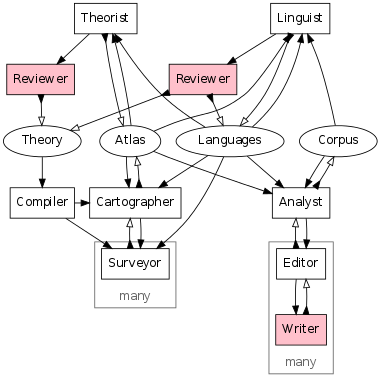
The Graphviz diagram doc/architecture.png in fritzo/pomagma, before a commit. Its source is kept beside it as doc/architecture.dot.
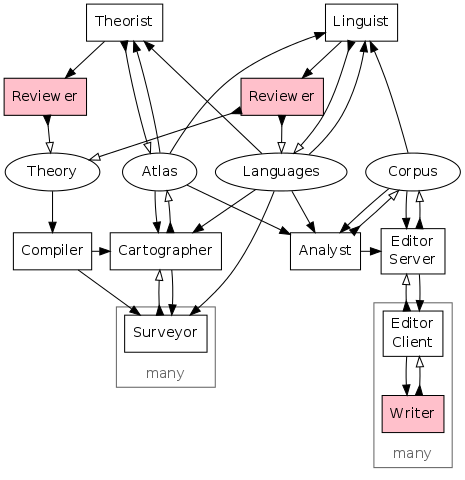
Above is the later version.

Commit message:
Add editor server to architecture diagram

Change to the diagram source:
```diff
@@ -1,6 +1,6 @@
 digraph G {
     overlap=false;
-    size="4,4";
+    size="5,5";
     node [shape=box];
 
 
@@ -21,7 +21,11 @@
         Corpus;
     }
     Compiler;
-    Analyst;
+    {
+        rank="same";
+        Analyst;
+        EditorServer [label="Editor\nServer"];
+    }
 
     subgraph cluster_survey {
         Surveyor;
@@ -33,7 +37,7 @@
     }
 
     subgraph cluster_edit {
-        Editor;
+        EditorClient [label="Editor\nClient"];
         Writer [style=filled, fillcolor=pink];
 
         color = "#666666";
@@ -65,12 +69,15 @@
     Atlas -> Analyst;
     Languages -> Analyst;
     Corpus -> Analyst;
-    Analyst -> Editor;
-    Editor -> Writer;
+    Corpus -> EditorServer;
+    Analyst -> EditorServer;
+    EditorServer -> EditorClient;
+    EditorClient -> Writer;
     edge [dir=both arrowtail=inv arrowhead=empty]; // push
     Analyst -> Corpus;
-    Editor -> Analyst;
-    Writer -> Editor;
+    EditorServer -> Corpus;
+    EditorClient -> EditorServer;
+    Writer -> EditorClient;
 
     edge [dir=forward arrowhead=normal]; // pull
     Corpus -> Linguist;
```
